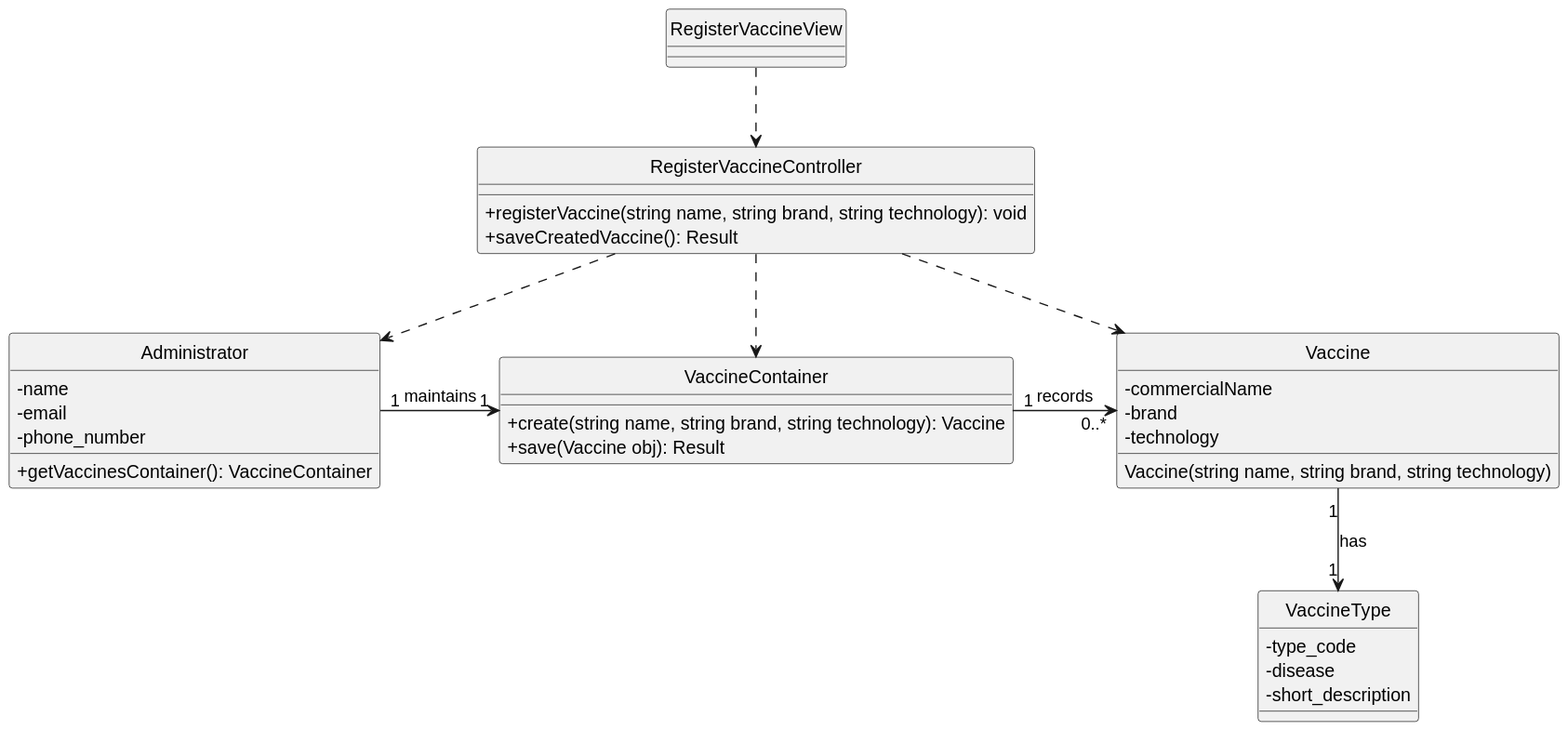
Above: docs/Sprint2/US11/svg/US11-CD.svg in Parafita123/leti-esoft-25-26-B1 (PlantUML), before the change.
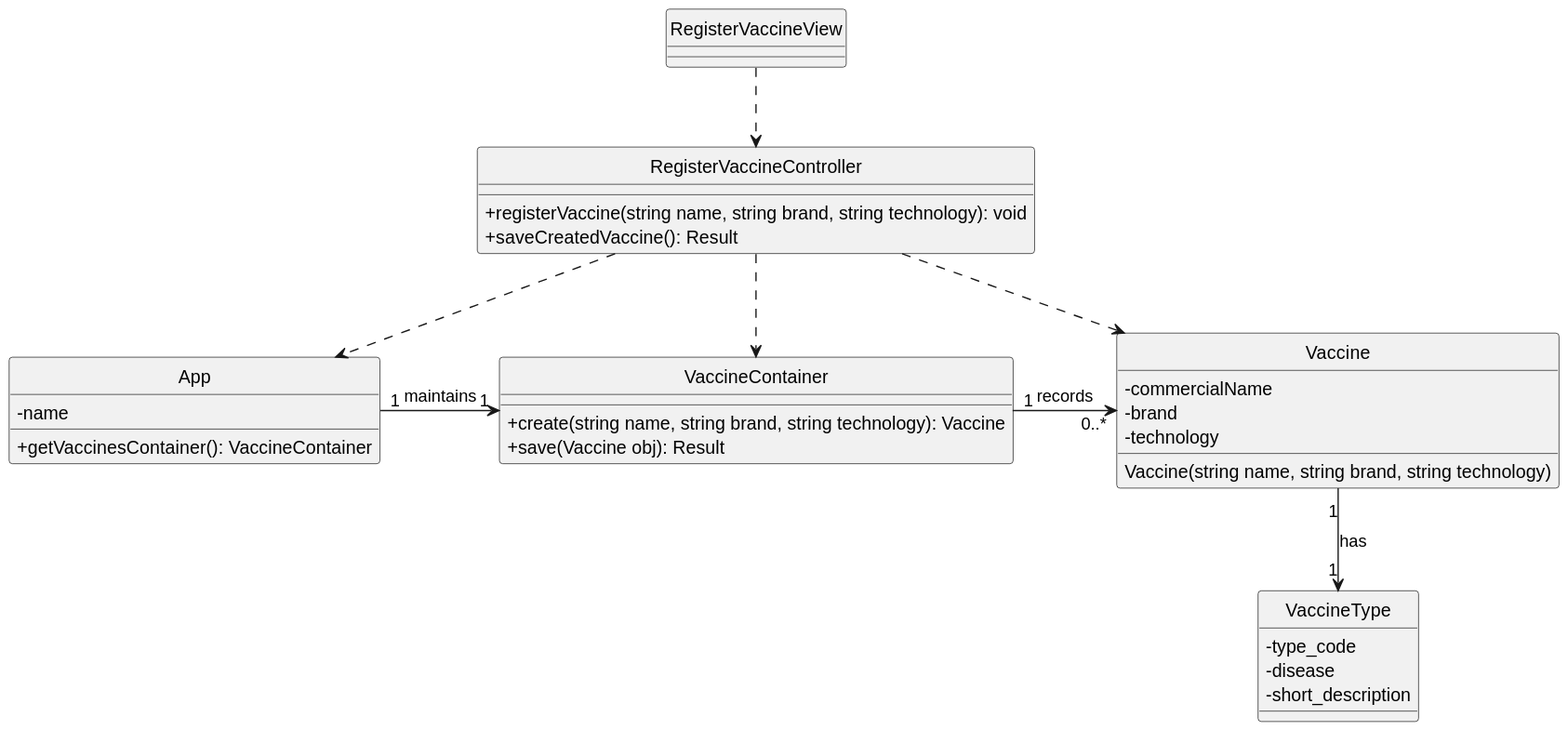
Above is the later version.

The edit, as a diff of the source:
```diff
@@ -11,10 +11,8 @@
     +saveCreatedVaccine(): Result
 }
 
-class Administrator {
+class App {
     - name
-    - email
-    -phone_number
     +getVaccinesContainer(): VaccineContainer
 }
 
@@ -36,12 +34,12 @@
     - short_description
 }
 
-Administrator "1" -right-> "1" VaccineContainer:  maintains
+App "1" -right-> "1" VaccineContainer:  maintains
 VaccineContainer "1" -right-> "0..*" Vaccine:  records
 Vaccine "1" -down-> "1" VaccineType:  has
 
 RegisterVaccineView ..> RegisterVaccineController
-RegisterVaccineController ..> Administrator
+RegisterVaccineController ..> App
 RegisterVaccineController ..> VaccineContainer
 RegisterVaccineController ..> Vaccine
 @enduml
```
